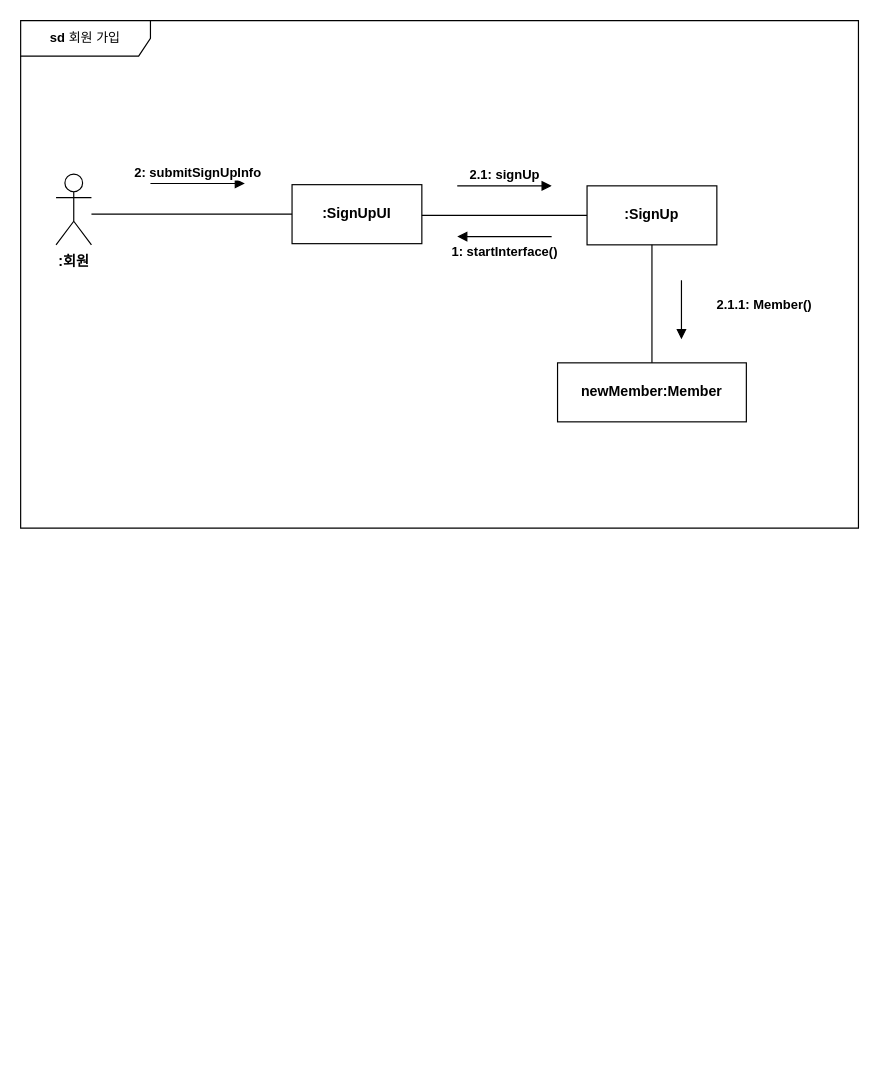
The draw.io diagram HW2-1/communication diagram.drawio in hoyun06/2025-hongik-se-hw-2, before the edit. Source tidied: cells renumbered, new cells numbered last; positions are measured from the earlier drawing's top-left corner, leaving out a move shared by most shapes. Both pictures are drawn from the tidied source at 118%, with x=0, y=0 at pixel (20, 20).
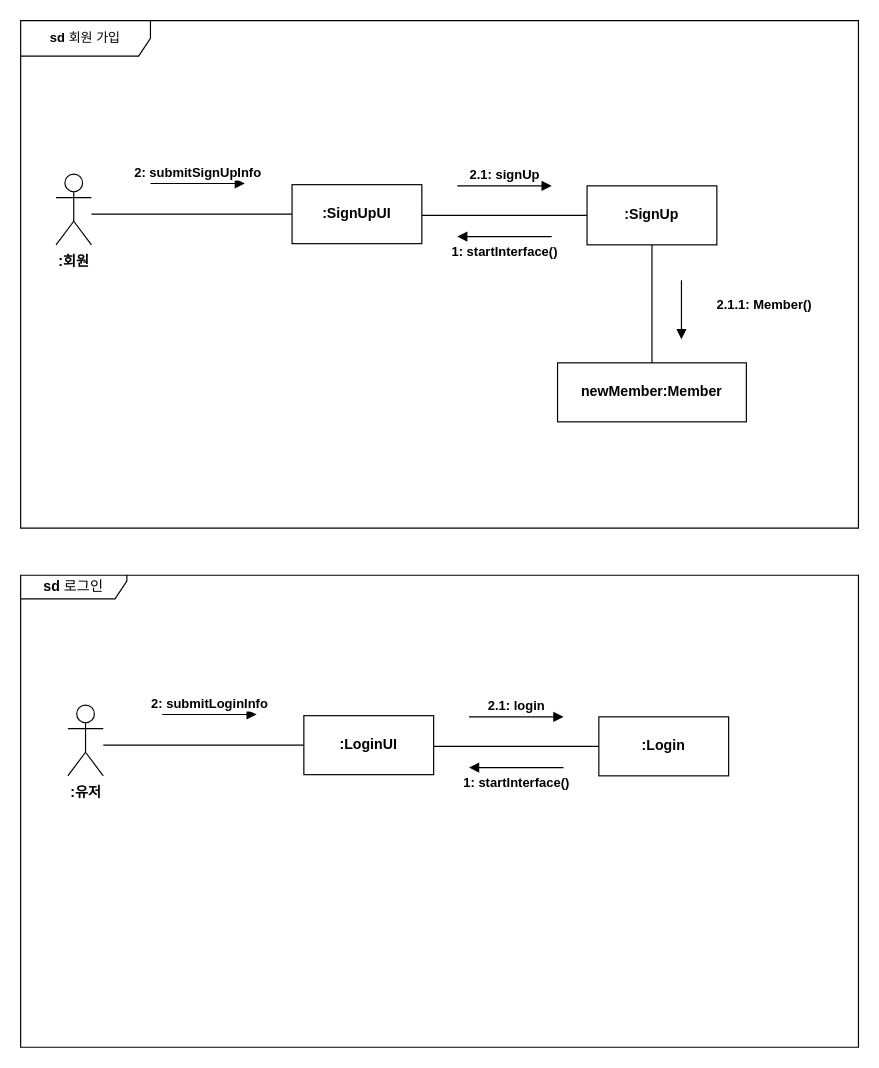
Above is the later version.

Commit message:
[HW2-1] communication diagram에 '로그인' 추가

What changed in the source:
```diff
@@
+    <mxCell id="14" value="&lt;b&gt;sd&lt;/b&gt; 로그인" style="shape=umlFrame;whiteSpace=wrap;html=1;width=90;height=20;" parent="1" vertex="1">
+      <mxGeometry y="470" width="710" height="400" as="geometry" />
+    </mxCell>
+    <mxCell id="15" value="&lt;b&gt;:Login&lt;/b&gt;" style="html=1;whiteSpace=wrap;" parent="1" vertex="1">
+      <mxGeometry x="490" y="590" width="110" height="50" as="geometry" />
+    </mxCell>
+    <mxCell id="16" value="&lt;b&gt;:LoginUI&lt;/b&gt;" style="html=1;whiteSpace=wrap;" parent="1" vertex="1">
+      <mxGeometry x="240" y="589" width="110" height="50" as="geometry" />
+    </mxCell>
+    <mxCell id="17" value="&lt;b&gt;:유저&lt;/b&gt;" style="shape=umlActor;verticalLabelPosition=bottom;verticalAlign=top;html=1;" parent="1" vertex="1">
+      <mxGeometry x="40" y="580" width="30" height="60" as="geometry" />
+    </mxCell>
+    <mxCell id="18" style="line;strokeWidth=1;fillColor=none;align=left;verticalAlign=middle;spacingTop=-1;spacingLeft=3;spacingRight=3;labelPosition=right;strokeColor=inherit;" parent="1" vertex="1">
+      <mxGeometry x="70" y="610" width="170" height="8" as="geometry" />
+    </mxCell>
+    <mxCell id="19" style="line;strokeWidth=1;fillColor=none;align=left;verticalAlign=middle;spacingTop=-1;spacingLeft=3;spacingRight=3;labelPosition=right;strokeColor=inherit;" parent="1" vertex="1">
+      <mxGeometry x="350" y="611" width="140" height="8" as="geometry" />
+    </mxCell>
+    <mxCell id="20" value="&lt;b&gt;1: startInterface()&lt;/b&gt;" style="html=1;verticalAlign=bottom;endArrow=block;curved=0;rounded=0;" parent="1" edge="1">
+      <mxGeometry y="22" relative="1" as="geometry">
+        <mxPoint x="460" y="633" as="sourcePoint" />
+        <mxPoint x="380" y="633" as="targetPoint" />
+      </mxGeometry>
+    </mxCell>
+    <mxCell id="21" value="&lt;b&gt;2: submitLoginInfo&lt;/b&gt;" style="html=1;verticalAlign=bottom;endArrow=block;curved=0;rounded=0;" parent="1" edge="1">
+      <mxGeometry relative="1" as="geometry">
+        <mxPoint x="120" y="588" as="sourcePoint" />
+        <mxPoint x="200" y="588" as="targetPoint" />
+      </mxGeometry>
+    </mxCell>
+    <mxCell id="22" value="&lt;b&gt;2.1: login&lt;/b&gt;" style="html=1;verticalAlign=bottom;endArrow=block;curved=0;rounded=0;" parent="1" edge="1">
+      <mxGeometry relative="1" as="geometry">
+        <mxPoint x="380" y="590" as="sourcePoint" />
+        <mxPoint x="460" y="590" as="targetPoint" />
+      </mxGeometry>
+    </mxCell>
```
